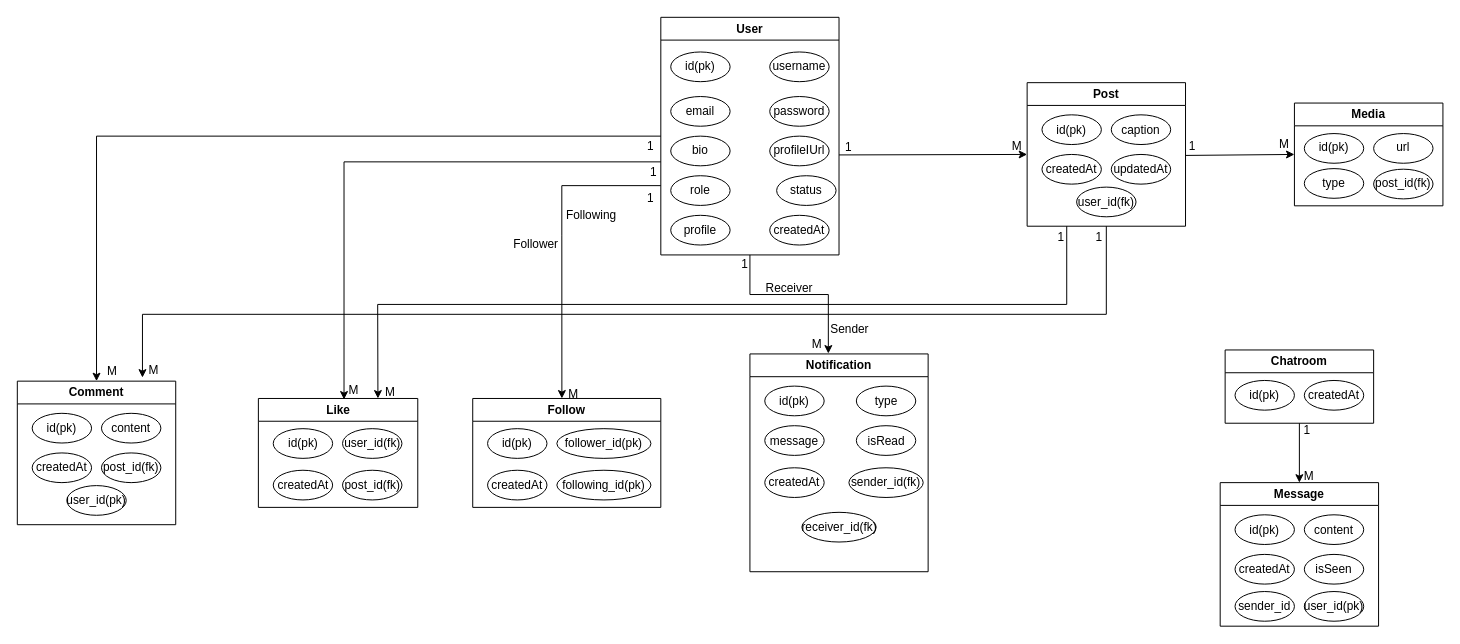
abubakar8866/Connectify keeps this draw.io diagram as ErDiagram.drawio. Above is the earlier version. Source tidied: cells renumbered, new cells numbered last; positions are measured from the earlier drawing's top-left corner, leaving out a move shared by most shapes. Both pictures are drawn from the tidied source at 99%, with x=0, y=0 at pixel (17, 17).
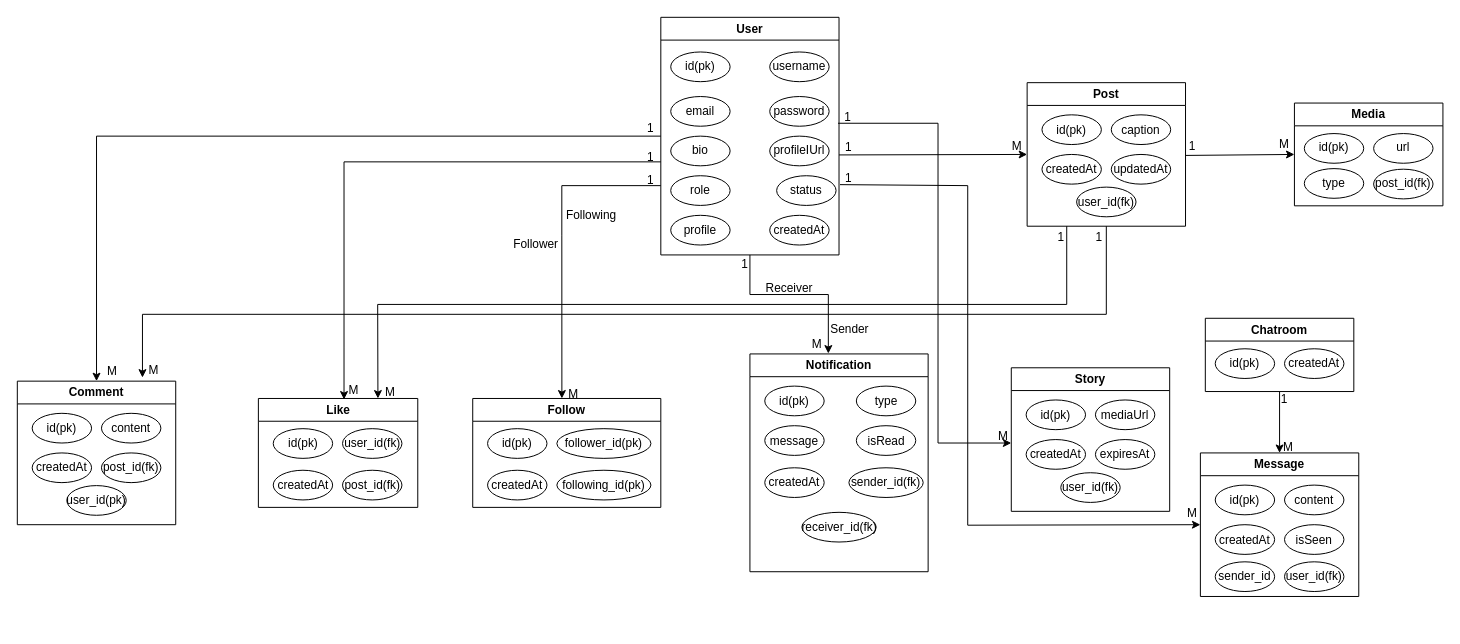
After the change.

The edit, as a diff of the source:
```diff
@@
     <mxCell id="38" value="1" style="text;html=1;whiteSpace=wrap;strokeColor=none;fillColor=none;align=center;verticalAlign=middle;rounded=0;" parent="1" vertex="1">
-      <mxGeometry x="620" y="123" width="40" height="15" as="geometry" />
+      <mxGeometry x="620" y="104" width="40" height="15" as="geometry" />
     </mxCell>
@@
     <mxCell id="49" value="1" style="text;html=1;whiteSpace=wrap;strokeColor=none;fillColor=none;align=center;verticalAlign=middle;rounded=0;" parent="1" vertex="1">
-      <mxGeometry x="620" y="175.4" width="40" height="15" as="geometry" />
+      <mxGeometry x="620" y="157.4" width="40" height="15" as="geometry" />
     </mxCell>
@@
     <mxCell id="61" value="1" style="text;html=1;whiteSpace=wrap;strokeColor=none;fillColor=none;align=center;verticalAlign=middle;rounded=0;" parent="1" vertex="1">
-      <mxGeometry x="618" y="152" width="50" height="10" as="geometry" />
+      <mxGeometry x="615" y="137" width="50" height="10" as="geometry" />
     </mxCell>
@@
-    <mxCell id="77" value="Chatroom" style="swimlane;whiteSpace=wrap;html=1;" parent="1" vertex="1">
-      <mxGeometry x="1220" y="336" width="150" height="74" as="geometry" />
+    <mxCell id="77" value="Chatroom" style="swimlane;whiteSpace=wrap;html=1;startSize=23;" parent="1" vertex="1">
+      <mxGeometry x="1200" y="304" width="150" height="74" as="geometry" />
     </mxCell>
@@
     <mxCell id="80" value="Message" style="swimlane;whiteSpace=wrap;html=1;startSize=23;" parent="1" vertex="1">
-      <mxGeometry x="1215" y="470" width="160" height="145" as="geometry" />
+      <mxGeometry x="1195" y="440" width="160" height="145" as="geometry" />
     </mxCell>
-    <mxCell id="81" value="user_id(pk)" style="ellipse;whiteSpace=wrap;html=1;" parent="80" vertex="1">
+    <mxCell id="81" value="user_id(fk)" style="ellipse;whiteSpace=wrap;html=1;" parent="80" vertex="1">
       <mxGeometry x="85" y="110" width="60" height="30" as="geometry" />
     </mxCell>
@@
     <mxCell id="87" value="1" style="text;html=1;whiteSpace=wrap;strokeColor=none;fillColor=none;align=center;verticalAlign=middle;rounded=0;" parent="1" vertex="1">
-      <mxGeometry x="1278" y="407" width="50" height="20" as="geometry" />
+      <mxGeometry x="1255" y="376" width="50" height="20" as="geometry" />
     </mxCell>
     <mxCell id="88" value="M" style="text;html=1;whiteSpace=wrap;strokeColor=none;fillColor=none;align=center;verticalAlign=middle;rounded=0;" parent="1" vertex="1">
-      <mxGeometry x="1285" y="459" width="40" height="10" as="geometry" />
+      <mxGeometry x="1264" y="430" width="40" height="10" as="geometry" />
     </mxCell>
+    <mxCell id="89" style="endArrow=classic;html=1;rounded=0;entryX=0;entryY=0.5;entryDx=0;entryDy=0;" parent="1" edge="1" target="80">
+      <mxGeometry relative="1" as="geometry">
+        <mxPoint x="831" y="169" as="sourcePoint" />
+        <Array as="points">
+          <mxPoint x="960" y="170" />
+          <mxPoint x="960" y="513" />
+        </Array>
+      </mxGeometry>
+    </mxCell>
+    <mxCell id="90" value="1" style="text;html=1;whiteSpace=wrap;strokeColor=none;fillColor=none;align=center;verticalAlign=middle;rounded=0;" parent="1" vertex="1">
+      <mxGeometry x="820" y="151.5" width="40" height="22.5" as="geometry" />
+    </mxCell>
+    <mxCell id="91" value="M" style="text;html=1;whiteSpace=wrap;strokeColor=none;fillColor=none;align=center;verticalAlign=middle;rounded=0;" parent="1" vertex="1">
+      <mxGeometry x="1167" y="496" width="40" height="10" as="geometry" />
+    </mxCell>
+    <mxCell id="92" value="Story" style="swimlane;whiteSpace=wrap;html=1;startSize=23;" parent="1" vertex="1">
+      <mxGeometry x="1004" y="354" width="160" height="145" as="geometry" />
+    </mxCell>
+    <mxCell id="93" value="user_id(fk)" style="ellipse;whiteSpace=wrap;html=1;" parent="92" vertex="1">
+      <mxGeometry x="50" y="106" width="60" height="30" as="geometry" />
+    </mxCell>
+    <mxCell id="94" value="expiresAt" style="ellipse;whiteSpace=wrap;html=1;" parent="92" vertex="1">
+      <mxGeometry x="85" y="72.5" width="60" height="30" as="geometry" />
+    </mxCell>
+    <mxCell id="95" value="createdAt" style="ellipse;whiteSpace=wrap;html=1;" parent="92" vertex="1">
+      <mxGeometry x="15" y="72.5" width="60" height="30" as="geometry" />
+    </mxCell>
+    <mxCell id="96" value="id(pk)" style="ellipse;whiteSpace=wrap;html=1;" parent="92" vertex="1">
+      <mxGeometry x="15" y="32.5" width="60" height="30" as="geometry" />
+    </mxCell>
+    <mxCell id="97" value="mediaUrl" style="ellipse;whiteSpace=wrap;html=1;" parent="92" vertex="1">
+      <mxGeometry x="85" y="32.5" width="60" height="30" as="geometry" />
+    </mxCell>
+    <mxCell id="98" style="endArrow=classic;html=1;rounded=0;" parent="1" edge="1">
+      <mxGeometry relative="1" as="geometry">
+        <mxPoint x="829" y="107" as="sourcePoint" />
+        <mxPoint x="1004" y="430" as="targetPoint" />
+        <Array as="points">
+          <mxPoint x="930" y="107" />
+          <mxPoint x="930" y="430" />
+        </Array>
+      </mxGeometry>
+    </mxCell>
+    <mxCell id="99" value="1" style="text;html=1;whiteSpace=wrap;strokeColor=none;fillColor=none;align=center;verticalAlign=middle;rounded=0;" parent="1" vertex="1">
+      <mxGeometry x="819" y="89.5" width="40" height="22.5" as="geometry" />
+    </mxCell>
+    <mxCell id="100" value="M" style="text;html=1;whiteSpace=wrap;strokeColor=none;fillColor=none;align=center;verticalAlign=middle;rounded=0;" parent="1" vertex="1">
+      <mxGeometry x="976" y="418" width="40" height="10" as="geometry" />
+    </mxCell>
```
